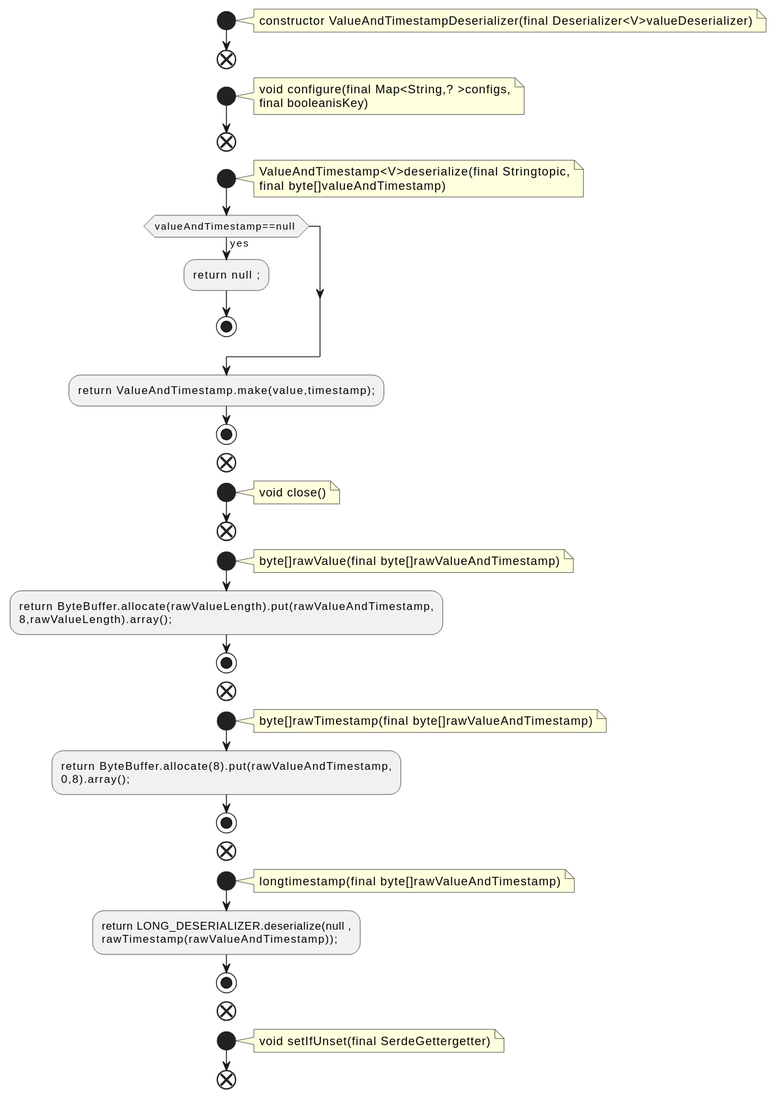
The PlantUML diagram docs/qc/streams/src/main/java/org/apache/kafka/streams/state/internals/ValueAndTimestampDeserializer.java.fct.svg in qualitesys/kafka, before a commit.
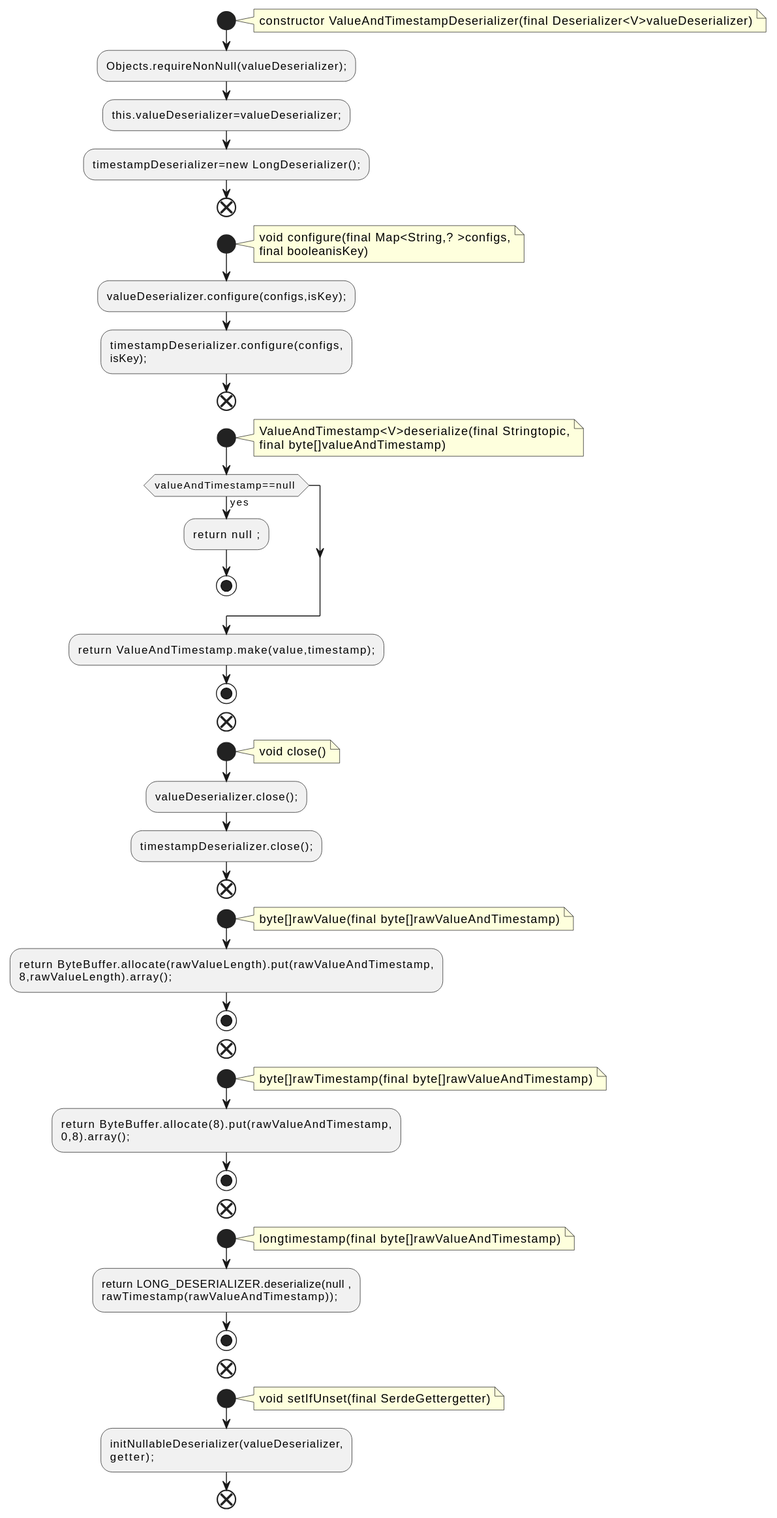
Later version of the same file.

Change to the diagram source:
```diff
@@ -4,12 +4,18 @@
 note right
 constructor ValueAndTimestampDeserializer(final Deserializer<V>valueDeserializer)
 end note
+:Objects.requireNonNull(valueDeserializer);;
+:this.valueDeserializer=valueDeserializer;;
+:timestampDeserializer=new LongDeserializer();;
 end
 start
 note right
 void configure(final Map<String,? >configs,
 final booleanisKey)
 end note
+:valueDeserializer.configure(configs,isKey);;
+:timestampDeserializer.configure(configs,
+isKey);;
 end
 start
 note right
@@ -27,6 +33,8 @@
 note right
 void close()
 end note
+:valueDeserializer.close();;
+:timestampDeserializer.close();;
 end
 start
 note right
@@ -56,5 +64,7 @@
 note right
 void setIfUnset(final SerdeGettergetter)
 end note
+:initNullableDeserializer(valueDeserializer,
+getter);;
 end
 @enduml
```
